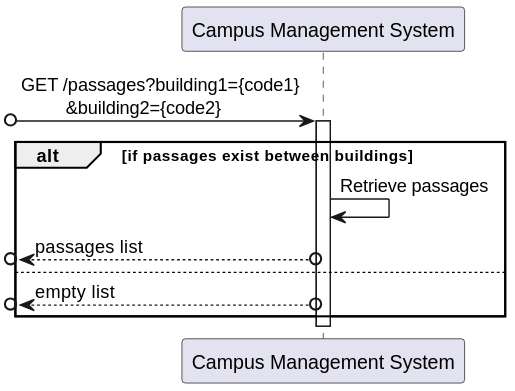
The PlantUML diagram docs/US/ID-260/SD Lv1.svg in winqus/RobDroneGo, before a commit.
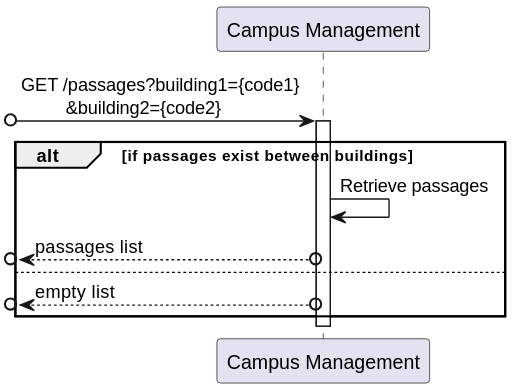
The same file after the commit.

Change to the diagram source:
```diff
@@ -1,6 +1,6 @@
 @startuml SD Lv1
 
-participant "Campus Management System" as system
+participant "Campus Management" as system
 
 [o-> system : GET /passages?building1={code1}\n\t&building2={code2}
 activate system
```
